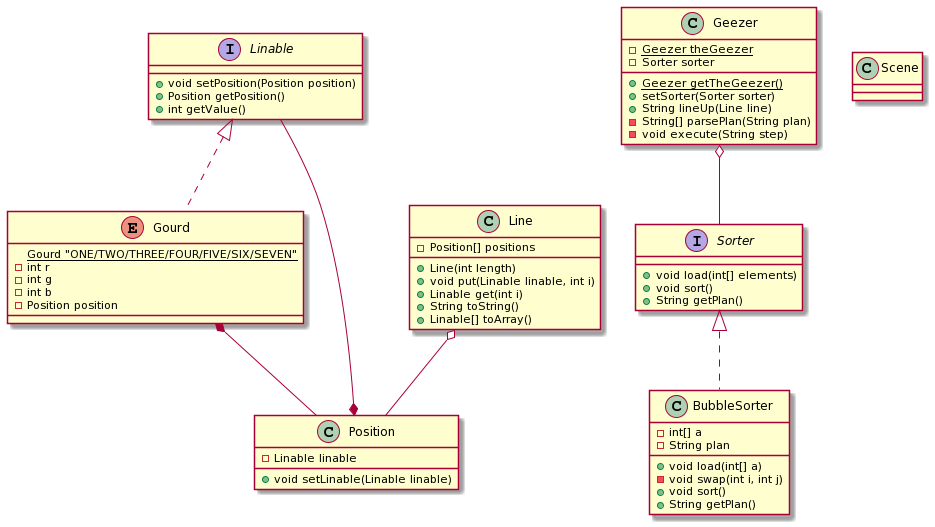
Before: S191220080/Readme.assets/example-类图.png, a diagram exported from PlantUML (jwork-2021-attic/jw02-PandaAwAke). The source it was exported from:
```plantuml
@startuml
interface Linable {
	+void setPosition(Position position)
	+Position getPosition()
	+int getValue()
}

enum Gourd implements Linable {
	{static} Gourd "ONE/TWO/THREE/FOUR/FIVE/SIX/SEVEN"
	-int r
	-int g
	-int b
	-Position position
}

interface Sorter {
	+void load(int[] elements)
	+void sort()
	+String getPlan()
}

class BubbleSorter implements Sorter {
	-int[] a
	-String plan
	+void load(int[] a)
	-void swap(int i, int j)
	+void sort()
	+String getPlan()
}

class Line {
	-Position[] positions
	+Line(int length)
	+void put(Linable linable, int i)
	+Linable get(int i)
	+String toString()
	+Linable[] toArray()
}

class Position {
	-Linable linable
	+void setLinable(Linable linable)
}

class Geezer {
	-{static} Geezer theGeezer
	+{static} Geezer getTheGeezer()
	-Sorter sorter
	+setSorter(Sorter sorter)
	+String lineUp(Line line)
	-String[] parsePlan(String plan)
	-void execute(String step)
}

class Scene

Position *-- Linable
Gourd *-- Position
Geezer o-- Sorter
Line o-- Position
@enduml
```
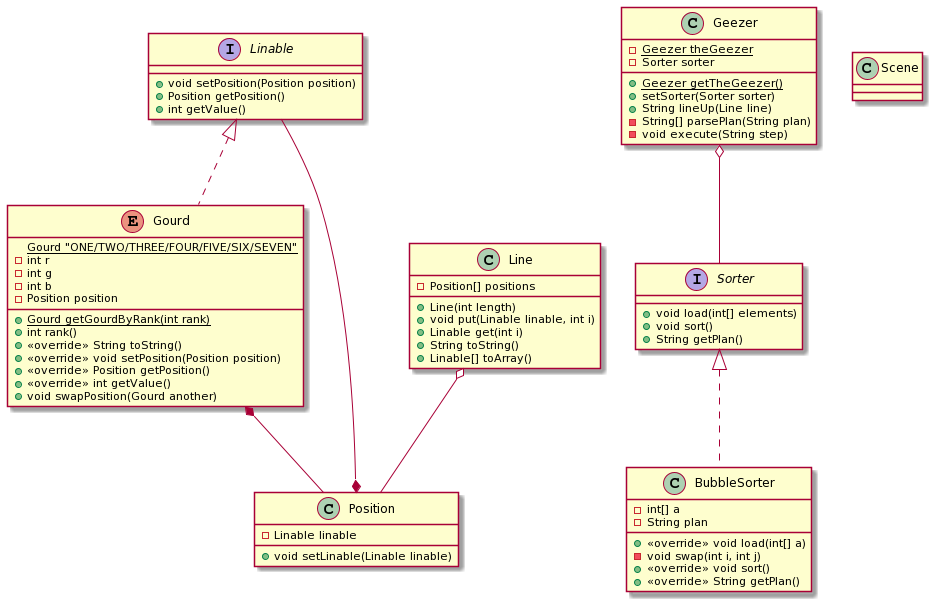
Above is the later version.

The edit, as a diff of the source:
```diff
@@ -11,6 +11,13 @@
 	-int g
 	-int b
 	-Position position
+	+{static} Gourd getGourdByRank(int rank)
+	+int rank()
+	+<<override>> String toString()
+	+<<override>> void setPosition(Position position)
+	+<<override>> Position getPosition()
+	+<<override>> int getValue()
+	+void swapPosition(Gourd another)
 }
 
 interface Sorter {
@@ -22,10 +29,10 @@
 class BubbleSorter implements Sorter {
 	-int[] a
 	-String plan
-	+void load(int[] a)
+	+<<override>> void load(int[] a)
 	-void swap(int i, int j)
-	+void sort()
-	+String getPlan()
+	+<<override>> void sort()
+	+<<override>> String getPlan()
 }
 
 class Line {
```
